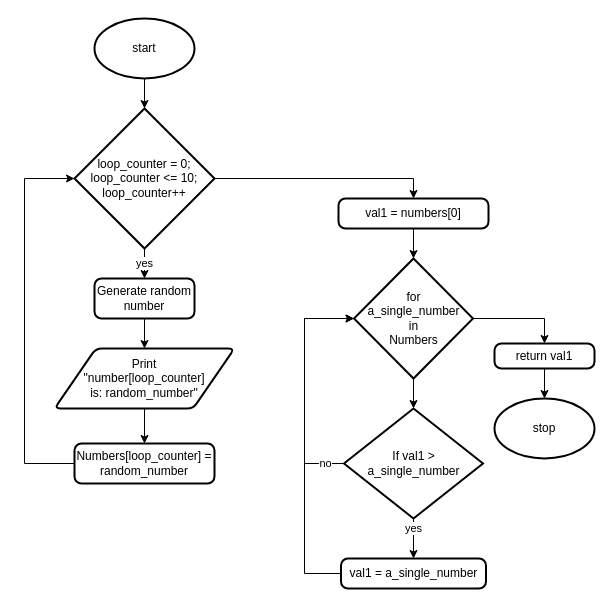
This is .flowchart.drawio from Miguel-Santacruz/ICS3U-Unit6-03-Python, a draw.io file, before an edit. Source tidied: cells renumbered, new cells numbered last; positions are measured from the earlier drawing's top-left corner, leaving out a move shared by most shapes. Both pictures are drawn from the tidied source at 100%, with x=0, y=0 at pixel (24, 18).
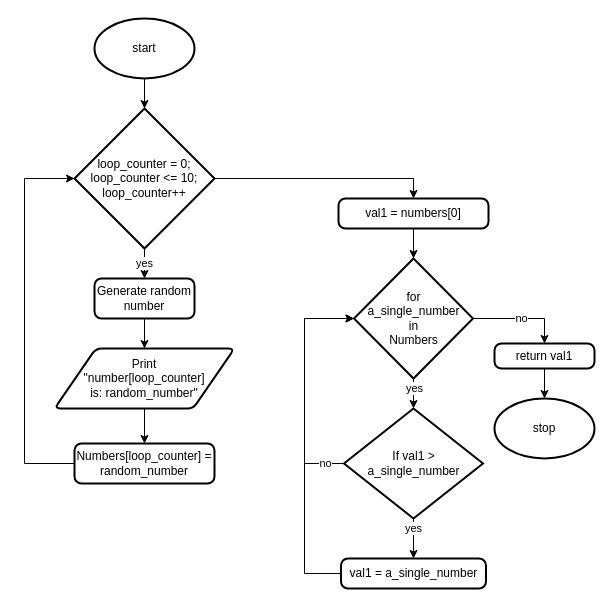
The same diagram, later.

The change refers to these unchanged cells:
```xml
<mxCell id="17" value="for &lt;br&gt;a_single_number &lt;br&gt;in&lt;br&gt;Numbers" style="strokeWidth=2;html=1;shape=mxgraph.flowchart.decision;whiteSpace=wrap;" parent="1" vertex="1">
  <mxGeometry x="329.5" y="240" width="119" height="120" as="geometry" />
</mxCell>
<mxCell id="20" value="If val1 &amp;gt;&lt;br&gt;a_single_number" style="strokeWidth=2;html=1;shape=mxgraph.flowchart.decision;whiteSpace=wrap;" parent="1" vertex="1">
  <mxGeometry x="319.5" y="390" width="139" height="110" as="geometry" />
</mxCell>
<mxCell id="24" value="return val1" style="rounded=1;whiteSpace=wrap;html=1;absoluteArcSize=1;arcSize=14;strokeWidth=2;" parent="1" vertex="1">
  <mxGeometry x="470" y="325" width="100" height="25" as="geometry" />
</mxCell>
```

What changed in the source:
```diff
@@
-    <mxCell id="15" style="edgeStyle=orthogonalEdgeStyle;rounded=0;html=1;exitX=0.5;exitY=1;exitDx=0;exitDy=0;exitPerimeter=0;entryX=0.5;entryY=0;entryDx=0;entryDy=0;entryPerimeter=0;" parent="1" edge="1" source="17" target="20">
-      <mxGeometry relative="1" as="geometry" />
+    <mxCell id="15" value="yes" style="edgeStyle=orthogonalEdgeStyle;rounded=0;html=1;exitX=0.5;exitY=1;exitDx=0;exitDy=0;exitPerimeter=0;entryX=0.5;entryY=0;entryDx=0;entryDy=0;entryPerimeter=0;" parent="1" edge="1" source="17" target="20">
+      <mxGeometry x="-0.33" y="1" relative="1" as="geometry" />
     </mxCell>
-    <mxCell id="16" style="edgeStyle=orthogonalEdgeStyle;rounded=0;html=1;exitX=1;exitY=0.5;exitDx=0;exitDy=0;exitPerimeter=0;entryX=0.5;entryY=0;entryDx=0;entryDy=0;" parent="1" edge="1" source="17" target="24">
+    <mxCell id="16" value="no" style="edgeStyle=orthogonalEdgeStyle;rounded=0;html=1;exitX=1;exitY=0.5;exitDx=0;exitDy=0;exitPerimeter=0;entryX=0.5;entryY=0;entryDx=0;entryDy=0;" parent="1" edge="1" source="17" target="24">
       <mxGeometry relative="1" as="geometry" />
     </mxCell>
```
